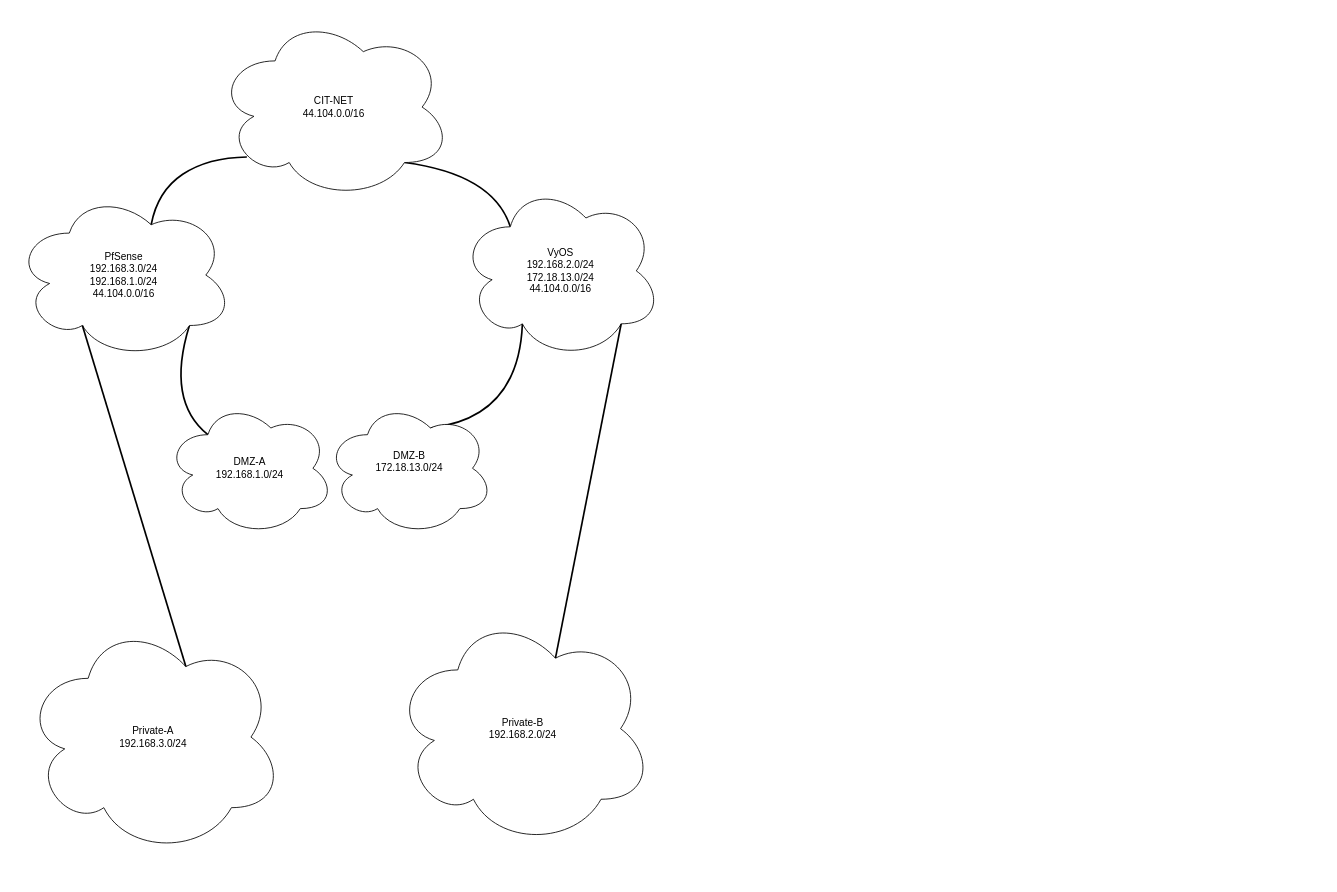
Above: LogicalDiagram455Lab2.drawio in BradyWill42/C345Diagrams (draw.io), before the change. Source tidied: cells renumbered, new cells numbered last; positions are measured from the earlier drawing's top-left corner, leaving out a move shared by most shapes. Both pictures are drawn from the tidied source at 84%, with x=0, y=0 at pixel (14, 14).
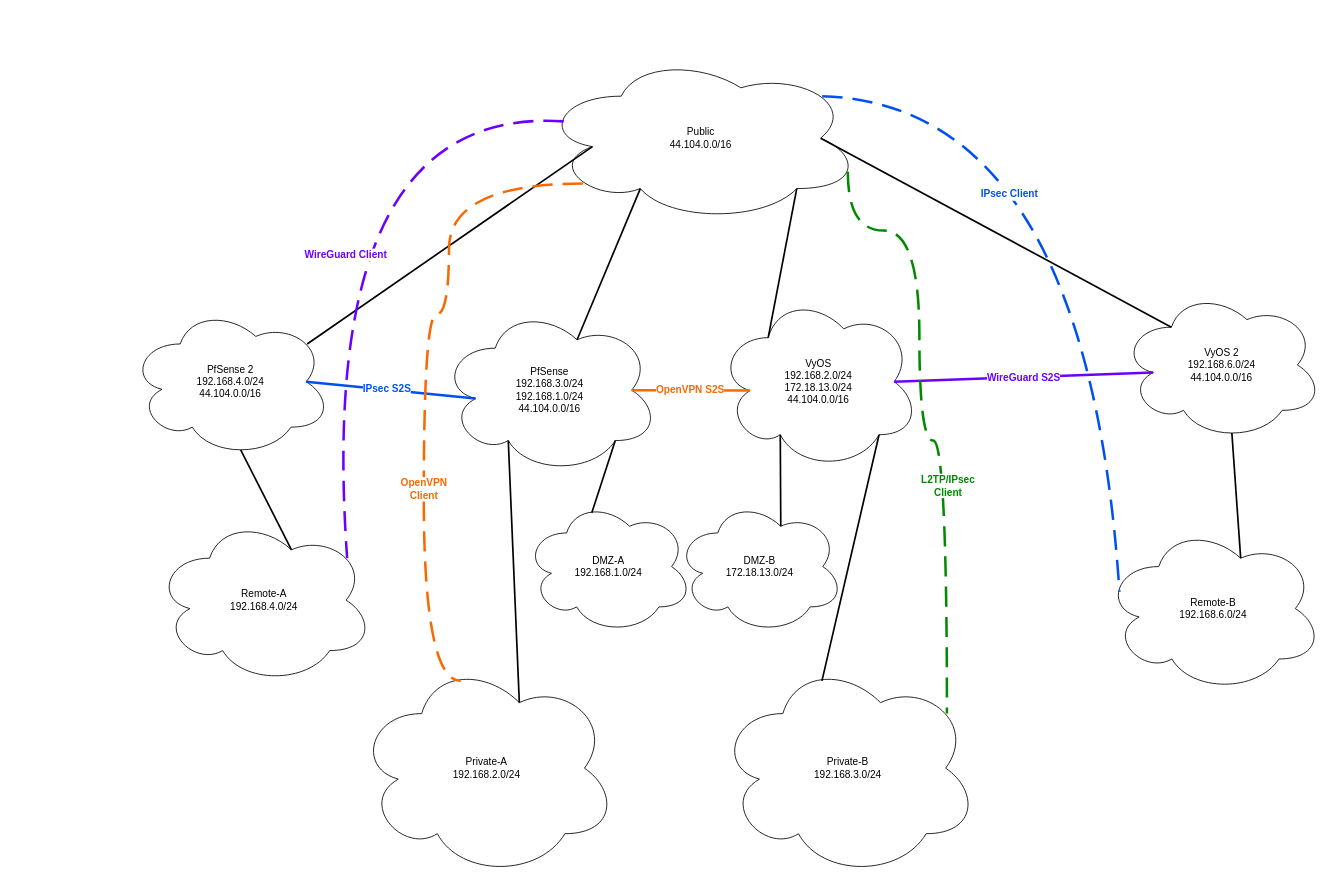
After the change.

What changed in the source:
```diff
@@
-    <mxCell id="2" style="edgeStyle=none;curved=1;rounded=0;jettySize=auto;html=1;exitX=0.8;exitY=0.8;exitDx=0;exitDy=0;exitPerimeter=0;fontSize=12;startSize=8;endSize=8;entryX=0.25;entryY=0.25;entryDx=0;entryDy=0;entryPerimeter=0;endArrow=none;endFill=0;strokeWidth=2;" parent="1" edge="1" source="3" target="5">
-      <mxGeometry relative="1" as="geometry">
-        <Array as="points">
-          <mxPoint x="570" y="190" />
-        </Array>
-      </mxGeometry>
-    </mxCell>
-    <mxCell id="3" value="CIT-NET&lt;div&gt;44.104.0.0/16&lt;/div&gt;" style="ellipse;shape=cloud;whiteSpace=wrap;html=1;" parent="1" vertex="1">
-      <mxGeometry x="240" width="280" height="220" as="geometry" />
-    </mxCell>
-    <mxCell id="4" style="edgeStyle=none;curved=1;rounded=0;jettySize=auto;html=1;exitX=0.31;exitY=0.8;exitDx=0;exitDy=0;exitPerimeter=0;fontSize=12;startSize=8;endSize=8;entryX=0.625;entryY=0.2;entryDx=0;entryDy=0;entryPerimeter=0;strokeWidth=2;endArrow=none;endFill=0;" parent="1" edge="1" source="5" target="9">
-      <mxGeometry relative="1" as="geometry">
-        <Array as="points">
-          <mxPoint x="600" y="480" />
-        </Array>
-      </mxGeometry>
-    </mxCell>
+    <mxCell id="15" value="Public&lt;div&gt;44.104.0.0/16&lt;/div&gt;" style="ellipse;shape=cloud;whiteSpace=wrap;html=1;" parent="1" vertex="1">
+      <mxGeometry x="627" y="47" width="380" height="200" as="geometry" />
+    </mxCell>
+    <mxCell id="16" value="PfSense 2&lt;div&gt;192.168.4.0/24&lt;/div&gt;&lt;div&gt;44.104.0.0/16&lt;/div&gt;" style="ellipse;shape=cloud;whiteSpace=wrap;html=1;" parent="1" vertex="1">
+      <mxGeometry x="137" y="347" width="240" height="180" as="geometry" />
+    </mxCell>
+    <mxCell id="7" value="PfSense&lt;div&gt;192.168.3.0/24&lt;/div&gt;&lt;div&gt;192.168.1.0/24&lt;/div&gt;&lt;div&gt;44.104.0.0/16&lt;/div&gt;" style="ellipse;shape=cloud;whiteSpace=wrap;html=1;" parent="1" vertex="1">
+      <mxGeometry x="507" y="347" width="260" height="200" as="geometry" />
+    </mxCell>
     <mxCell id="5" value="VyOS&lt;div&gt;192.168.2.0/24&lt;/div&gt;&lt;div&gt;172.18.13.0/24&lt;/div&gt;&lt;div&gt;44.104.0.0/16&lt;/div&gt;" style="ellipse;shape=cloud;whiteSpace=wrap;html=1;" parent="1" vertex="1">
-      <mxGeometry x="530" y="200" width="240" height="210" as="geometry" />
+      <mxGeometry x="837" y="332" width="240" height="210" as="geometry" />
     </mxCell>
-    <mxCell id="6" style="edgeStyle=none;curved=1;rounded=0;jettySize=auto;html=1;exitX=0.8;exitY=0.8;exitDx=0;exitDy=0;exitPerimeter=0;fontSize=12;startSize=8;endSize=8;entryX=0.25;entryY=0.25;entryDx=0;entryDy=0;entryPerimeter=0;strokeWidth=2;endArrow=none;endFill=0;" parent="1" edge="1" source="7" target="8">
-      <mxGeometry relative="1" as="geometry">
-        <Array as="points">
-          <mxPoint x="180" y="460" />
-        </Array>
-      </mxGeometry>
-    </mxCell>
-    <mxCell id="7" value="PfSense&lt;div&gt;192.168.3.0/24&lt;/div&gt;&lt;div&gt;192.168.1.0/24&lt;/div&gt;&lt;div&gt;44.104.0.0/16&lt;/div&gt;" style="ellipse;shape=cloud;whiteSpace=wrap;html=1;" parent="1" vertex="1">
-      <mxGeometry y="210" width="260" height="200" as="geometry" />
-    </mxCell>
+    <mxCell id="17" value="VyOS 2&lt;div&gt;192.168.6.0/24&lt;/div&gt;&lt;div&gt;44.104.0.0/16&lt;/div&gt;" style="ellipse;shape=cloud;whiteSpace=wrap;html=1;" parent="1" vertex="1">
+      <mxGeometry x="1317" y="327" width="240" height="180" as="geometry" />
+    </mxCell>
     <mxCell id="8" value="DMZ-A&lt;div&gt;192.168.1.0/24&lt;/div&gt;" style="ellipse;shape=cloud;whiteSpace=wrap;html=1;" parent="1" vertex="1">
-      <mxGeometry x="180" y="460" width="200" height="160" as="geometry" />
+      <mxGeometry x="607" y="577" width="200" height="160" as="geometry" />
     </mxCell>
-    <mxCell id="9" value="DMZ-B&lt;div&gt;172.18.13.0/24&lt;/div&gt;&lt;div&gt;&lt;br&gt;&lt;/div&gt;" style="ellipse;shape=cloud;whiteSpace=wrap;html=1;" parent="1" vertex="1">
-      <mxGeometry x="370" y="460" width="200" height="160" as="geometry" />
+    <mxCell id="9" value="DMZ-B&lt;div&gt;172.18.13.0/24&lt;/div&gt;" style="ellipse;shape=cloud;whiteSpace=wrap;html=1;" parent="1" vertex="1">
+      <mxGeometry x="787" y="577" width="200" height="160" as="geometry" />
     </mxCell>
-    <mxCell id="10" value="Private-A&lt;div&gt;192.168.3.0/24&lt;/div&gt;" style="ellipse;shape=cloud;whiteSpace=wrap;html=1;" parent="1" vertex="1">
-      <mxGeometry x="10" y="720" width="310" height="280" as="geometry" />
-    </mxCell>
-    <mxCell id="11" value="Private-B&lt;div&gt;192.168.2.0/24&lt;/div&gt;" style="ellipse;shape=cloud;whiteSpace=wrap;html=1;" parent="1" vertex="1">
-      <mxGeometry x="450" y="710" width="310" height="280" as="geometry" />
-    </mxCell>
-    <mxCell id="12" style="edgeStyle=none;curved=1;rounded=0;jettySize=auto;html=1;exitX=0.13;exitY=0.77;exitDx=0;exitDy=0;exitPerimeter=0;fontSize=12;startSize=8;endSize=8;strokeWidth=2;endArrow=none;endFill=0;entryX=0.625;entryY=0.2;entryDx=0;entryDy=0;entryPerimeter=0;" parent="1" edge="1" source="3" target="7">
-      <mxGeometry relative="1" as="geometry">
-        <Array as="points">
-          <mxPoint x="230" y="170" />
-          <mxPoint x="170" y="210" />
-        </Array>
-      </mxGeometry>
-    </mxCell>
-    <mxCell id="13" style="edgeStyle=none;curved=1;rounded=0;jettySize=auto;html=1;exitX=0.31;exitY=0.8;exitDx=0;exitDy=0;exitPerimeter=0;entryX=0.625;entryY=0.2;entryDx=0;entryDy=0;entryPerimeter=0;fontSize=12;startSize=8;endSize=8;endArrow=none;endFill=0;strokeWidth=2;" parent="1" edge="1" source="7" target="10">
-      <mxGeometry relative="1" as="geometry" />
-    </mxCell>
-    <mxCell id="14" style="edgeStyle=none;curved=1;rounded=0;jettySize=auto;html=1;exitX=0.8;exitY=0.8;exitDx=0;exitDy=0;exitPerimeter=0;entryX=0.625;entryY=0.2;entryDx=0;entryDy=0;entryPerimeter=0;fontSize=12;startSize=8;endSize=8;strokeWidth=2;endArrow=none;endFill=0;" parent="1" edge="1" source="5" target="11">
-      <mxGeometry relative="1" as="geometry" />
-    </mxCell>
+    <mxCell id="18" value="Remote-A&lt;div&gt;192.168.4.0/24&lt;/div&gt;" style="ellipse;shape=cloud;whiteSpace=wrap;html=1;" parent="1" vertex="1">
+      <mxGeometry x="167" y="597" width="260" height="200" as="geometry" />
+    </mxCell>
+    <mxCell id="19" value="Remote-B&lt;div&gt;192.168.6.0/24&lt;/div&gt;" style="ellipse;shape=cloud;whiteSpace=wrap;html=1;" parent="1" vertex="1">
+      <mxGeometry x="1297" y="607" width="260" height="200" as="geometry" />
+    </mxCell>
+    <mxCell id="20" value="Private-A&lt;div&gt;192.168.2.0/24&lt;/div&gt;" style="ellipse;shape=cloud;whiteSpace=wrap;html=1;" parent="1" vertex="1">
+      <mxGeometry x="407" y="767" width="310" height="260" as="geometry" />
+    </mxCell>
+    <mxCell id="21" value="Private-B&lt;div&gt;192.168.3.0/24&lt;/div&gt;" style="ellipse;shape=cloud;whiteSpace=wrap;html=1;" parent="1" vertex="1">
+      <mxGeometry x="837" y="767" width="310" height="260" as="geometry" />
+    </mxCell>
+    <mxCell id="22" style="edgeStyle=none;curved=1;rounded=0;jettySize=auto;html=1;exitX=0.16;exitY=0.55;exitDx=0;exitDy=0;exitPerimeter=0;entryX=0.88;entryY=0.25;entryDx=0;entryDy=0;entryPerimeter=0;fontSize=12;startSize=8;endSize=8;endArrow=none;endFill=0;strokeWidth=2;" parent="1" edge="1" source="15" target="16">
+      <mxGeometry relative="1" as="geometry" />
+    </mxCell>
+    <mxCell id="23" style="edgeStyle=none;curved=1;rounded=0;jettySize=auto;html=1;exitX=0.31;exitY=0.8;exitDx=0;exitDy=0;exitPerimeter=0;entryX=0.625;entryY=0.2;entryDx=0;entryDy=0;entryPerimeter=0;fontSize=12;startSize=8;endSize=8;endArrow=none;endFill=0;strokeWidth=2;" parent="1" edge="1" source="15" target="7">
+      <mxGeometry relative="1" as="geometry" />
+    </mxCell>
+    <mxCell id="24" style="edgeStyle=none;curved=1;rounded=0;jettySize=auto;html=1;exitX=0.8;exitY=0.8;exitDx=0;exitDy=0;exitPerimeter=0;entryX=0.25;entryY=0.25;entryDx=0;entryDy=0;entryPerimeter=0;fontSize=12;startSize=8;endSize=8;endArrow=none;endFill=0;strokeWidth=2;" parent="1" edge="1" source="15" target="5">
+      <mxGeometry relative="1" as="geometry" />
+    </mxCell>
+    <mxCell id="25" style="edgeStyle=none;curved=1;rounded=0;jettySize=auto;html=1;exitX=0.875;exitY=0.5;exitDx=0;exitDy=0;exitPerimeter=0;entryX=0.25;entryY=0.25;entryDx=0;entryDy=0;entryPerimeter=0;fontSize=12;startSize=8;endSize=8;endArrow=none;endFill=0;strokeWidth=2;" parent="1" edge="1" source="15" target="17">
+      <mxGeometry relative="1" as="geometry" />
+    </mxCell>
+    <mxCell id="6" style="edgeStyle=none;curved=1;rounded=0;jettySize=auto;html=1;exitX=0.8;exitY=0.8;exitDx=0;exitDy=0;exitPerimeter=0;entryX=0.4;entryY=0.1;entryDx=0;entryDy=0;entryPerimeter=0;fontSize=12;startSize=8;endSize=8;endArrow=none;endFill=0;strokeWidth=2;" parent="1" edge="1" source="7" target="8">
+      <mxGeometry relative="1" as="geometry" />
+    </mxCell>
+    <mxCell id="26" style="edgeStyle=none;curved=1;rounded=0;jettySize=auto;html=1;exitX=0.31;exitY=0.8;exitDx=0;exitDy=0;exitPerimeter=0;entryX=0.625;entryY=0.2;entryDx=0;entryDy=0;entryPerimeter=0;fontSize=12;startSize=8;endSize=8;endArrow=none;endFill=0;strokeWidth=2;" parent="1" edge="1" source="7" target="20">
+      <mxGeometry relative="1" as="geometry" />
+    </mxCell>
+    <mxCell id="4" style="edgeStyle=none;curved=1;rounded=0;jettySize=auto;html=1;exitX=0.31;exitY=0.8;exitDx=0;exitDy=0;exitPerimeter=0;entryX=0.625;entryY=0.2;entryDx=0;entryDy=0;entryPerimeter=0;fontSize=12;startSize=8;endSize=8;endArrow=none;endFill=0;strokeWidth=2;" parent="1" edge="1" source="5" target="9">
+      <mxGeometry relative="1" as="geometry" />
+    </mxCell>
+    <mxCell id="27" style="edgeStyle=none;curved=1;rounded=0;jettySize=auto;html=1;exitX=0.8;exitY=0.8;exitDx=0;exitDy=0;exitPerimeter=0;entryX=0.4;entryY=0.1;entryDx=0;entryDy=0;entryPerimeter=0;fontSize=12;startSize=8;endSize=8;endArrow=none;endFill=0;strokeWidth=2;" parent="1" edge="1" source="5" target="21">
+      <mxGeometry relative="1" as="geometry" />
+    </mxCell>
+    <mxCell id="28" style="edgeStyle=none;curved=1;rounded=0;jettySize=auto;html=1;exitX=0.55;exitY=0.95;exitDx=0;exitDy=0;exitPerimeter=0;entryX=0.625;entryY=0.2;entryDx=0;entryDy=0;entryPerimeter=0;fontSize=12;startSize=8;endSize=8;endArrow=none;endFill=0;strokeWidth=2;" parent="1" edge="1" source="16" target="18">
+      <mxGeometry relative="1" as="geometry" />
+    </mxCell>
+    <mxCell id="29" style="edgeStyle=none;curved=1;rounded=0;jettySize=auto;html=1;exitX=0.55;exitY=0.95;exitDx=0;exitDy=0;exitPerimeter=0;entryX=0.625;entryY=0.2;entryDx=0;entryDy=0;entryPerimeter=0;fontSize=12;startSize=8;endSize=8;endArrow=none;endFill=0;strokeWidth=2;" parent="1" edge="1" source="17" target="19">
+      <mxGeometry relative="1" as="geometry" />
+    </mxCell>
+    <mxCell id="30" value="IPsec S2S" style="edgeStyle=none;curved=1;rounded=0;jettySize=auto;html=1;exitX=0.875;exitY=0.5;exitDx=0;exitDy=0;exitPerimeter=0;entryX=0.16;entryY=0.55;entryDx=0;entryDy=0;entryPerimeter=0;fontSize=12;startSize=8;endSize=8;endArrow=none;endFill=0;strokeWidth=3;strokeColor=#0050EF;fontColor=#0050EF;fontStyle=1;labelBackgroundColor=default;" parent="1" edge="1" source="16" target="7">
+      <mxGeometry x="-0.05" relative="1" as="geometry" />
+    </mxCell>
+    <mxCell id="31" value="OpenVPN S2S" style="edgeStyle=none;curved=1;rounded=0;jettySize=auto;html=1;exitX=0.875;exitY=0.5;exitDx=0;exitDy=0;exitPerimeter=0;entryX=0.16;entryY=0.55;entryDx=0;entryDy=0;entryPerimeter=0;fontSize=12;startSize=8;endSize=8;endArrow=none;endFill=0;strokeWidth=3;strokeColor=#FA6800;fontColor=#FA6800;fontStyle=1;labelBackgroundColor=default;" parent="1" edge="1" source="7" target="5">
+      <mxGeometry relative="1" as="geometry" />
+    </mxCell>
+    <mxCell id="32" value="WireGuard S2S" style="edgeStyle=none;curved=1;rounded=0;jettySize=auto;html=1;exitX=0.875;exitY=0.5;exitDx=0;exitDy=0;exitPerimeter=0;entryX=0.16;entryY=0.55;entryDx=0;entryDy=0;entryPerimeter=0;fontSize=12;startSize=8;endSize=8;endArrow=none;endFill=0;strokeWidth=3;strokeColor=#6A00FF;fontColor=#6A00FF;fontStyle=1;labelBackgroundColor=default;" parent="1" edge="1" source="5" target="17">
+      <mxGeometry relative="1" as="geometry" />
+    </mxCell>
+    <mxCell id="33" value="WireGuard Client" style="edgeStyle=none;curved=1;rounded=0;jettySize=auto;html=1;exitX=0.07;exitY=0.4;exitDx=0;exitDy=0;exitPerimeter=0;entryX=0.88;entryY=0.25;entryDx=0;entryDy=0;entryPerimeter=0;fontSize=12;startSize=8;endSize=8;endArrow=none;endFill=0;strokeWidth=3;strokeColor=#6A00FF;fontColor=#6A00FF;fontStyle=1;labelBackgroundColor=default;dashed=1;dashPattern=8 4;" parent="1" edge="1" source="15" target="18">
+      <mxGeometry relative="1" as="geometry">
+        <Array as="points">
+          <mxPoint x="357" y="107" />
+        </Array>
+        <mxPoint x="28" y="58" as="offset" />
+      </mxGeometry>
+    </mxCell>
+    <mxCell id="34" value="OpenVPN&lt;br&gt;Client" style="edgeStyle=orthogonalEdgeStyle;curved=1;rounded=0;jettySize=auto;html=1;exitX=0.13;exitY=0.77;exitDx=0;exitDy=0;exitPerimeter=0;entryX=0.4;entryY=0.1;entryDx=0;entryDy=0;entryPerimeter=0;fontSize=12;startSize=8;endSize=8;endArrow=none;endFill=0;strokeWidth=3;strokeColor=#FA6800;fontColor=#FA6800;fontStyle=1;labelBackgroundColor=default;dashed=1;dashPattern=8 4;curveGeometry=1;" parent="1" edge="1" source="15" target="20">
+      <mxGeometry x="0.34" relative="1" as="geometry">
+        <Array as="points">
+          <mxPoint x="517" y="201" />
+          <mxPoint x="517" y="357" />
+          <mxPoint x="487" y="357" />
+          <mxPoint x="487" y="793" />
+        </Array>
+      </mxGeometry>
+    </mxCell>
+    <mxCell id="35" value="L2TP/IPsec&lt;br&gt;Client" style="edgeStyle=orthogonalEdgeStyle;rounded=0;jettySize=auto;html=1;exitX=0.96;exitY=0.7;exitDx=0;exitDy=0;exitPerimeter=0;entryX=0.88;entryY=0.25;entryDx=0;entryDy=0;entryPerimeter=0;fontSize=12;startSize=8;endSize=8;endArrow=none;endFill=0;strokeWidth=3;strokeColor=#008A00;fontColor=#008A00;fontStyle=1;labelBackgroundColor=default;dashed=1;dashPattern=8 4;curved=1;curveGeometry=1;" parent="1" edge="1" source="15" target="21">
+      <mxGeometry x="0.29" y="1" relative="1" as="geometry">
+        <Array as="points">
+          <mxPoint x="991.8" y="257" />
+          <mxPoint x="1077" y="257" />
+          <mxPoint x="1077" y="507" />
+          <mxPoint x="1109.8" y="507" />
+        </Array>
+      </mxGeometry>
+    </mxCell>
+    <mxCell id="36" value="IPsec Client" style="edgeStyle=none;curved=1;rounded=0;jettySize=auto;html=1;exitX=0.88;exitY=0.25;exitDx=0;exitDy=0;exitPerimeter=0;entryX=0.07;entryY=0.4;entryDx=0;entryDy=0;entryPerimeter=0;fontSize=12;startSize=8;endSize=8;endArrow=none;endFill=0;strokeWidth=3;strokeColor=#0050EF;fontColor=#0050EF;fontStyle=1;labelBackgroundColor=default;dashed=1;dashPattern=8 4;" parent="1" edge="1" source="15" target="19">
+      <mxGeometry x="-0.43" y="-49.28" relative="1" as="geometry">
+        <Array as="points">
+          <mxPoint x="1277" y="107" />
+        </Array>
+        <mxPoint x="-32" y="60" as="offset" />
+      </mxGeometry>
+    </mxCell>
```
